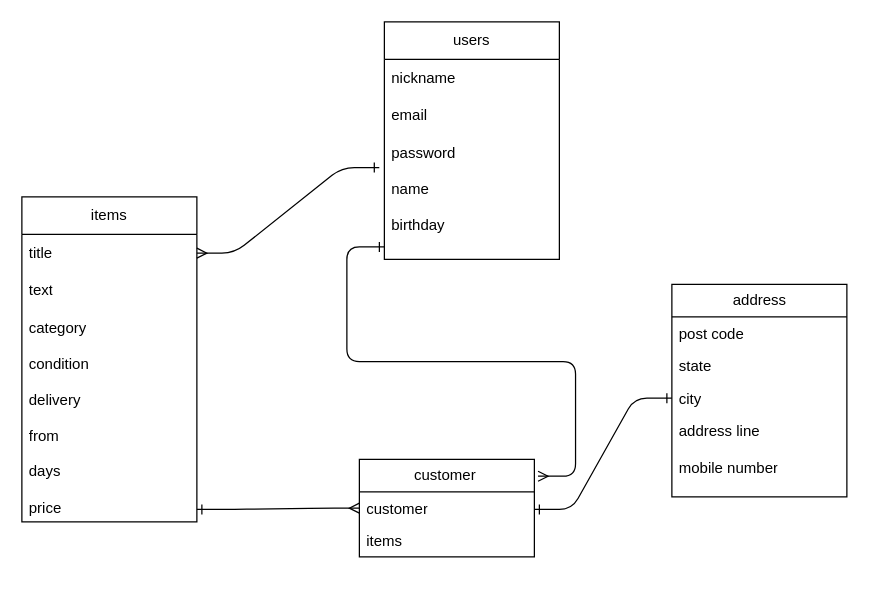
This is app/views/test.dio from asahiruyoru24h/furima-39093, a draw.io file, before an edit. Source tidied: cells renumbered, new cells numbered last; positions are measured from the earlier drawing's top-left corner, leaving out a move shared by most shapes. Both pictures are drawn from the tidied source at 125%, with x=0, y=0 at pixel (21, 21).
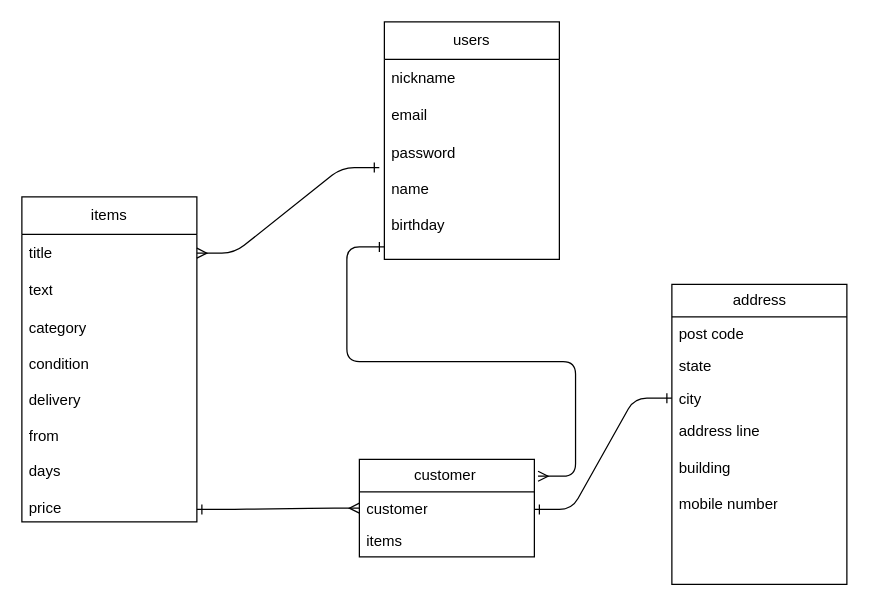
The same page after the edit.

Commit message (it also covers changes not shown here):
カラム追加、修正

Diff of the diagram source:
```diff
@@
     <mxCell id="15" value="address" style="swimlane;fontStyle=0;horizontal=1;startSize=26;fillColor=none;html=1;" parent="1" vertex="1">
-      <mxGeometry x="520" y="210" width="140" height="170" as="geometry" />
+      <mxGeometry x="520" y="210" width="140" height="240" as="geometry" />
     </mxCell>
@@
-    <mxCell id="19" value="address line&lt;br&gt;&lt;br&gt;mobile number" style="text;strokeColor=none;fillColor=none;align=left;verticalAlign=top;spacingLeft=4;spacingRight=4;overflow=hidden;whiteSpace=wrap;html=1;" parent="15" vertex="1">
-      <mxGeometry y="104" width="140" height="66" as="geometry" />
+    <mxCell id="19" value="address line&lt;br&gt;&lt;br&gt;building&lt;br&gt;&lt;br&gt;mobile number" style="text;strokeColor=none;fillColor=none;align=left;verticalAlign=top;spacingLeft=4;spacingRight=4;overflow=hidden;whiteSpace=wrap;html=1;" parent="15" vertex="1">
+      <mxGeometry y="104" width="140" height="136" as="geometry" />
     </mxCell>
```
